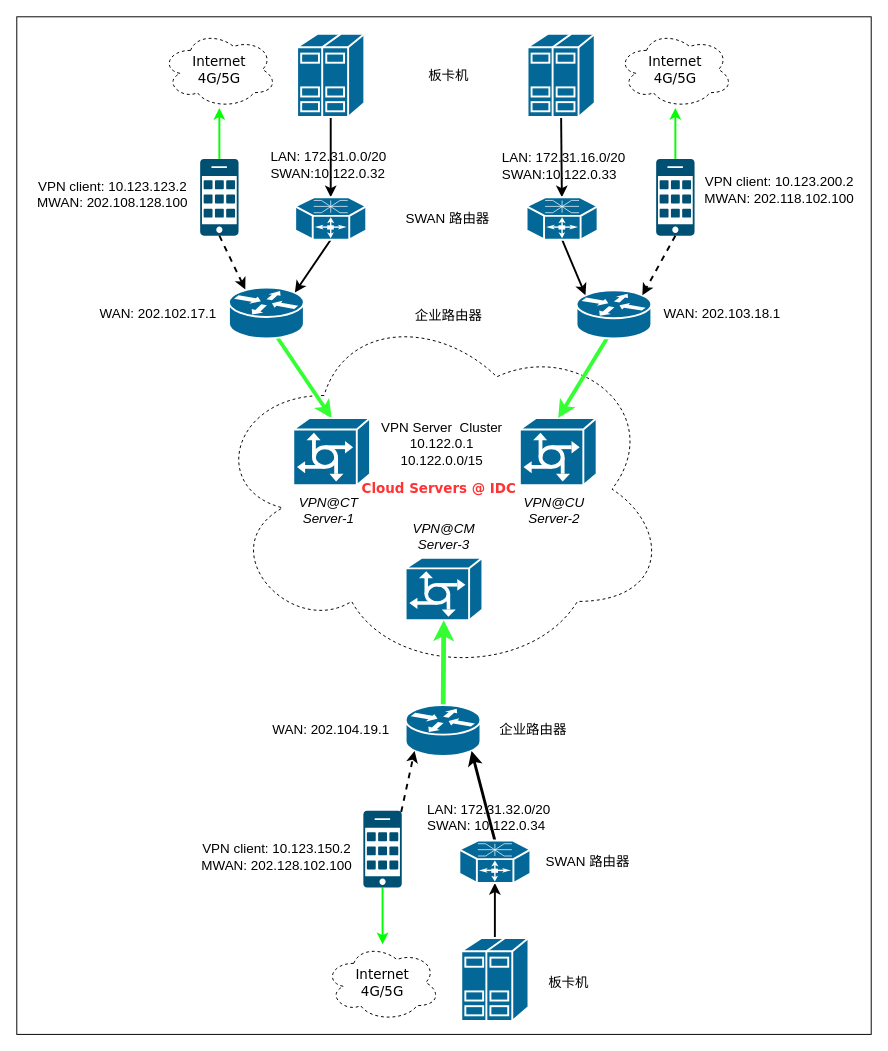
This is Untitled Diagram.drawio from nxtreaming/andy_study, a draw.io file, before an edit. Source tidied: cells renumbered, new cells numbered last; positions are measured from the earlier drawing's top-left corner, leaving out a move shared by most shapes. Both pictures are drawn from the tidied source at 96%, with x=0, y=0 at pixel (16, 16).
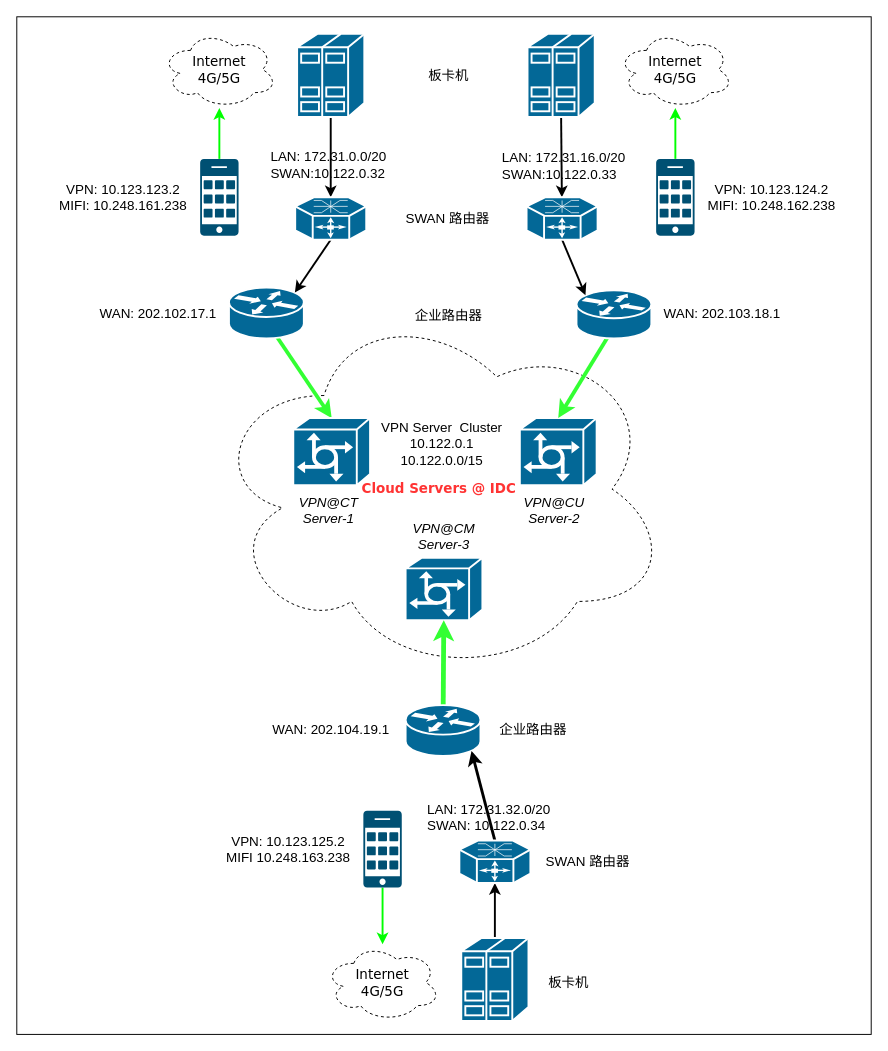
The same diagram, later.

The change refers to these unchanged cells:
```xml
<mxCell id="6" style="shape=mxgraph.cisco.routers.router;html=1;dashed=0;fillColor=#036897;strokeColor=#ffffff;strokeWidth=2;verticalLabelPosition=bottom;verticalAlign=top;rounded=0;shadow=0;comic=0;fontFamily=Verdana;fontSize=12;" parent="1" vertex="1">
  <mxGeometry x="221" y="282" width="78" height="53" as="geometry" />
</mxCell>
<mxCell id="8" style="sketch=0;points=[[0.015,0.015,0],[0.985,0.015,0],[0.985,0.985,0],[0.015,0.985,0],[0.25,0,0],[0.5,0,0],[0.75,0,0],[1,0.25,0],[1,0.5,0],[1,0.75,0],[0.75,1,0],[0.5,1,0],[0.25,1,0],[0,0.75,0],[0,0.5,0],[0,0.25,0]];verticalLabelPosition=bottom;html=1;verticalAlign=top;align=center;shape=mxgraph.cisco19.cell_phone;fillColor=#005073;strokeColor=none;" parent="1" vertex="1">
  <mxGeometry x="191" y="148" width="40" height="80" as="geometry" />
</mxCell>
<mxCell id="21" style="shape=mxgraph.cisco.routers.router;html=1;dashed=0;fillColor=#036897;strokeColor=#ffffff;strokeWidth=2;verticalLabelPosition=bottom;verticalAlign=top;rounded=0;shadow=0;comic=0;fontFamily=Verdana;fontSize=12;" parent="1" vertex="1">
  <mxGeometry x="583" y="285" width="78" height="50" as="geometry" />
</mxCell>
<mxCell id="23" style="sketch=0;points=[[0.015,0.015,0],[0.985,0.015,0],[0.985,0.985,0],[0.015,0.985,0],[0.25,0,0],[0.5,0,0],[0.75,0,0],[1,0.25,0],[1,0.5,0],[1,0.75,0],[0.75,1,0],[0.5,1,0],[0.25,1,0],[0,0.75,0],[0,0.5,0],[0,0.25,0]];verticalLabelPosition=bottom;html=1;verticalAlign=top;align=center;shape=mxgraph.cisco19.cell_phone;fillColor=#005073;strokeColor=none;" parent="1" vertex="1">
  <mxGeometry x="666" y="148" width="40" height="80" as="geometry" />
</mxCell>
<mxCell id="30" style="shape=mxgraph.cisco.routers.router;html=1;dashed=0;fillColor=#036897;strokeColor=#ffffff;strokeWidth=2;verticalLabelPosition=bottom;verticalAlign=top;rounded=0;shadow=0;comic=0;fontFamily=Verdana;fontSize=12;" parent="1" vertex="1">
  <mxGeometry x="405" y="717" width="78" height="53" as="geometry" />
</mxCell>
<mxCell id="32" style="sketch=0;points=[[0.015,0.015,0],[0.985,0.015,0],[0.985,0.985,0],[0.015,0.985,0],[0.25,0,0],[0.5,0,0],[0.75,0,0],[1,0.25,0],[1,0.5,0],[1,0.75,0],[0.75,1,0],[0.5,1,0],[0.25,1,0],[0,0.75,0],[0,0.5,0],[0,0.25,0]];verticalLabelPosition=bottom;html=1;verticalAlign=top;align=center;shape=mxgraph.cisco19.cell_phone;fillColor=#005073;strokeColor=none;" parent="1" vertex="1">
  <mxGeometry x="361" y="827.1" width="40" height="80" as="geometry" />
</mxCell>
```

The edit, as a diff of the source:
```diff
@@
-    <mxCell id="12" style="edgeStyle=none;rounded=0;jettySize=auto;html=1;exitX=0.5;exitY=1;exitDx=0;exitDy=0;exitPerimeter=0;entryX=0.218;entryY=0.038;entryDx=0;entryDy=0;entryPerimeter=0;strokeWidth=2;dashed=1;" parent="1" edge="1" source="8" target="6">
-      <mxGeometry relative="1" as="geometry" />
-    </mxCell>
@@
-    <mxCell id="26" style="edgeStyle=none;rounded=0;jettySize=auto;html=1;exitX=0.5;exitY=1;exitDx=0;exitDy=0;exitPerimeter=0;entryX=0.88;entryY=0.1;entryDx=0;entryDy=0;entryPerimeter=0;strokeWidth=2;dashed=1;" parent="1" edge="1" source="23" target="21">
-      <mxGeometry relative="1" as="geometry" />
-    </mxCell>
@@
-    <mxCell id="35" style="edgeStyle=none;rounded=0;jettySize=auto;html=1;exitX=0.985;exitY=0.015;exitDx=0;exitDy=0;exitPerimeter=0;entryX=0.12;entryY=0.9;entryDx=0;entryDy=0;entryPerimeter=0;strokeWidth=2;dashed=1;" parent="1" edge="1" source="32" target="30">
-      <mxGeometry relative="1" as="geometry" />
-    </mxCell>
@@
-    <mxCell id="42" value="&lt;font style=&quot;font-size: 14px;&quot;&gt;VPN client: 10.123.123.2&lt;br&gt;MWAN: 202.108.128.100&lt;br&gt;&lt;/font&gt;" style="text;strokeColor=none;align=center;fillColor=none;html=1;verticalAlign=middle;whiteSpace=wrap;rounded=0;" parent="1" vertex="1">
-      <mxGeometry x="18" y="160" width="164" height="50" as="geometry" />
+    <mxCell id="42" value="&lt;font style=&quot;font-size: 14px;&quot;&gt;VPN: 10.123.123.2&lt;br&gt;MIFI:&amp;nbsp;10.248.161.238&lt;br&gt;&lt;/font&gt;" style="text;strokeColor=none;align=center;fillColor=none;html=1;verticalAlign=middle;whiteSpace=wrap;rounded=0;" parent="1" vertex="1">
+      <mxGeometry x="40" y="163" width="142" height="50" as="geometry" />
     </mxCell>
-    <mxCell id="43" value="&lt;font style=&quot;font-size: 14px;&quot;&gt;VPN client: 10.123.200.2&lt;br&gt;MWAN: 202.118.102.100&lt;br&gt;&lt;/font&gt;" style="text;strokeColor=none;align=center;fillColor=none;html=1;verticalAlign=middle;whiteSpace=wrap;rounded=0;" parent="1" vertex="1">
-      <mxGeometry x="713" y="155" width="163" height="50" as="geometry" />
+    <mxCell id="43" value="&lt;font style=&quot;font-size: 14px;&quot;&gt;VPN: 10.123.124.2&lt;br&gt;MIFI:&amp;nbsp;10.248.162.238&lt;br&gt;&lt;/font&gt;" style="text;strokeColor=none;align=center;fillColor=none;html=1;verticalAlign=middle;whiteSpace=wrap;rounded=0;" parent="1" vertex="1">
+      <mxGeometry x="713" y="163" width="147" height="50" as="geometry" />
     </mxCell>
-    <mxCell id="44" value="&lt;font style=&quot;font-size: 14px;&quot;&gt;VPN client: 10.123.150.2&lt;br&gt;MWAN: 202.128.102.100&lt;br&gt;&lt;/font&gt;" style="text;strokeColor=none;align=center;fillColor=none;html=1;verticalAlign=middle;whiteSpace=wrap;rounded=0;" parent="1" vertex="1">
-      <mxGeometry x="188" y="850" width="166" height="50.9" as="geometry" />
+    <mxCell id="44" value="&lt;font style=&quot;font-size: 14px;&quot;&gt;VPN: 10.123.125.2&lt;br&gt;MIFI 10.248.163.238&lt;br&gt;&lt;/font&gt;" style="text;strokeColor=none;align=center;fillColor=none;html=1;verticalAlign=middle;whiteSpace=wrap;rounded=0;" parent="1" vertex="1">
+      <mxGeometry x="211" y="841.7" width="144" height="50.9" as="geometry" />
     </mxCell>
```
